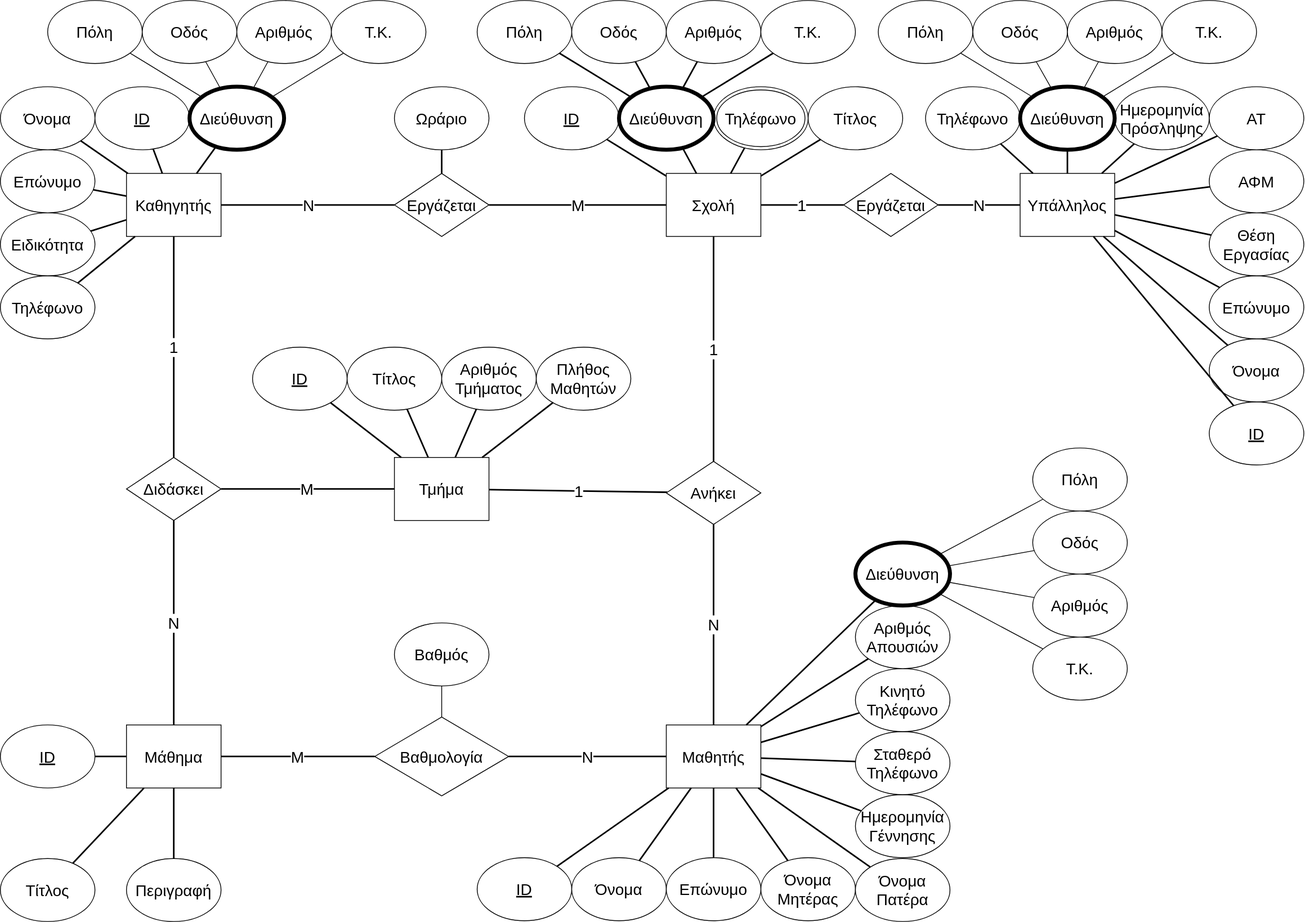
kyrtsouv/DB-Project keeps this draw.io diagram as Database Diagram.drawio.svg. Above is the earlier version. Source tidied: cells renumbered, new cells last; positions are measured from the earlier drawing's top-left corner, leaving out a move shared by most shapes.
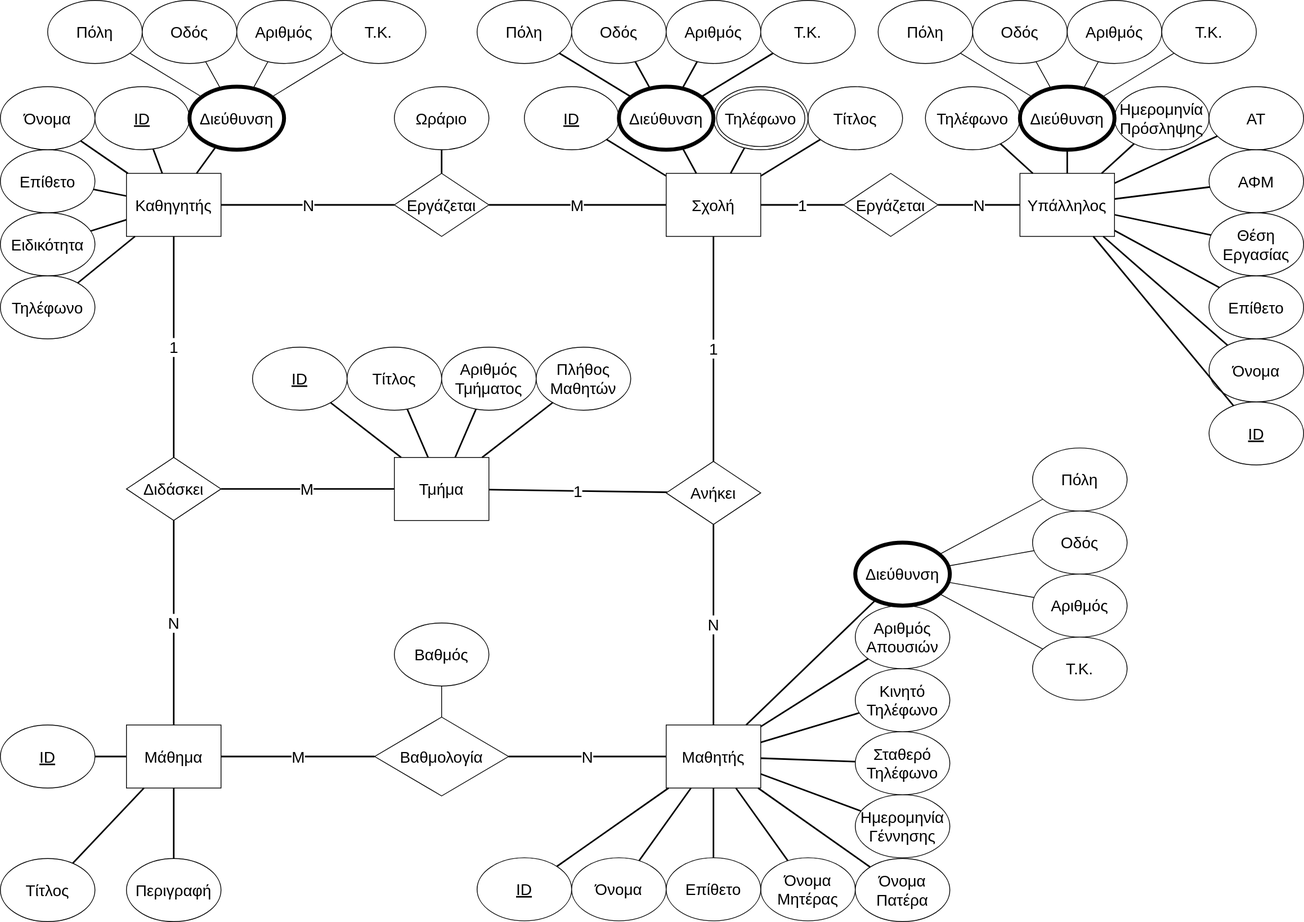
The same diagram one commit later.

Diff of the diagram source:
```diff
@@ -35,7 +35,7 @@
     <mxCell id="12" value="Όνομα" style="ellipse;whiteSpace=wrap;html=1;fontFamily=Helvetica;fontSize=20;fontColor=default;flipV=0;flipH=1;direction=east;labelPosition=center;verticalLabelPosition=middle;align=center;verticalAlign=middle;strokeColor=default;labelBorderColor=none;" parent="1" vertex="1">
       <mxGeometry x="1534" y="429.5" width="120" height="80" as="geometry" />
     </mxCell>
-    <mxCell id="13" value="Επώνυμο" style="ellipse;whiteSpace=wrap;html=1;fontFamily=Helvetica;fontSize=20;fontColor=default;flipV=0;flipH=1;direction=east;labelPosition=center;verticalLabelPosition=middle;align=center;verticalAlign=middle;strokeColor=default;labelBorderColor=none;" parent="1" vertex="1">
+    <mxCell id="13" value="Επίθετο" style="ellipse;whiteSpace=wrap;html=1;fontFamily=Helvetica;fontSize=20;fontColor=default;flipV=0;flipH=1;direction=east;labelPosition=center;verticalLabelPosition=middle;align=center;verticalAlign=middle;strokeColor=default;labelBorderColor=none;" parent="1" vertex="1">
       <mxGeometry x="1534" y="349.5" width="120" height="80" as="geometry" />
     </mxCell>
     <mxCell id="14" value="Θέση&lt;br style=&quot;font-size: 20px;&quot;&gt;Εργασίας" style="ellipse;whiteSpace=wrap;html=1;fontFamily=Helvetica;fontSize=20;fontColor=default;flipV=0;flipH=1;direction=east;labelPosition=center;verticalLabelPosition=middle;align=center;verticalAlign=middle;strokeColor=default;labelBorderColor=none;" parent="1" vertex="1">
@@ -68,7 +68,7 @@
     <mxCell id="23" value="Όνομα" style="ellipse;whiteSpace=wrap;html=1;fontFamily=Helvetica;fontSize=20;fontColor=default;strokeColor=default;labelBorderColor=none;" parent="1" vertex="1">
       <mxGeometry x="725" y="1088" width="120" height="80" as="geometry" />
     </mxCell>
-    <mxCell id="24" value="Επώνυμο" style="ellipse;whiteSpace=wrap;html=1;fontFamily=Helvetica;fontSize=20;fontColor=default;strokeColor=default;labelBorderColor=none;" parent="1" vertex="1">
+    <mxCell id="24" value="Επίθετο" style="ellipse;whiteSpace=wrap;html=1;fontFamily=Helvetica;fontSize=20;fontColor=default;strokeColor=default;labelBorderColor=none;" parent="1" vertex="1">
       <mxGeometry x="845" y="1088" width="120" height="80" as="geometry" />
     </mxCell>
     <mxCell id="25" value="Όνομα&lt;br style=&quot;font-size: 20px;&quot;&gt;Πατέρα" style="ellipse;whiteSpace=wrap;html=1;strokeColor=default;align=center;verticalAlign=middle;fontFamily=Helvetica;fontSize=20;fontColor=default;fillColor=default;labelBorderColor=none;" parent="1" vertex="1">
@@ -242,7 +242,7 @@
     <mxCell id="81" value="Ειδικότητα" style="ellipse;whiteSpace=wrap;html=1;fontFamily=Helvetica;fontSize=20;fontColor=default;strokeColor=default;labelBorderColor=none;" parent="1" vertex="1">
       <mxGeometry y="269.5" width="120" height="80" as="geometry" />
     </mxCell>
-    <mxCell id="82" value="Επώνυμο" style="ellipse;whiteSpace=wrap;html=1;fontFamily=Helvetica;fontSize=20;fontColor=default;strokeColor=default;labelBorderColor=none;" parent="1" vertex="1">
+    <mxCell id="82" value="Επίθετο" style="ellipse;whiteSpace=wrap;html=1;fontFamily=Helvetica;fontSize=20;fontColor=default;strokeColor=default;labelBorderColor=none;" parent="1" vertex="1">
       <mxGeometry y="189.5" width="120" height="80" as="geometry" />
     </mxCell>
     <mxCell id="83" value="Όνομα" style="ellipse;whiteSpace=wrap;html=1;fontFamily=Helvetica;fontSize=20;fontColor=default;strokeColor=default;labelBorderColor=none;" parent="1" vertex="1">
```
